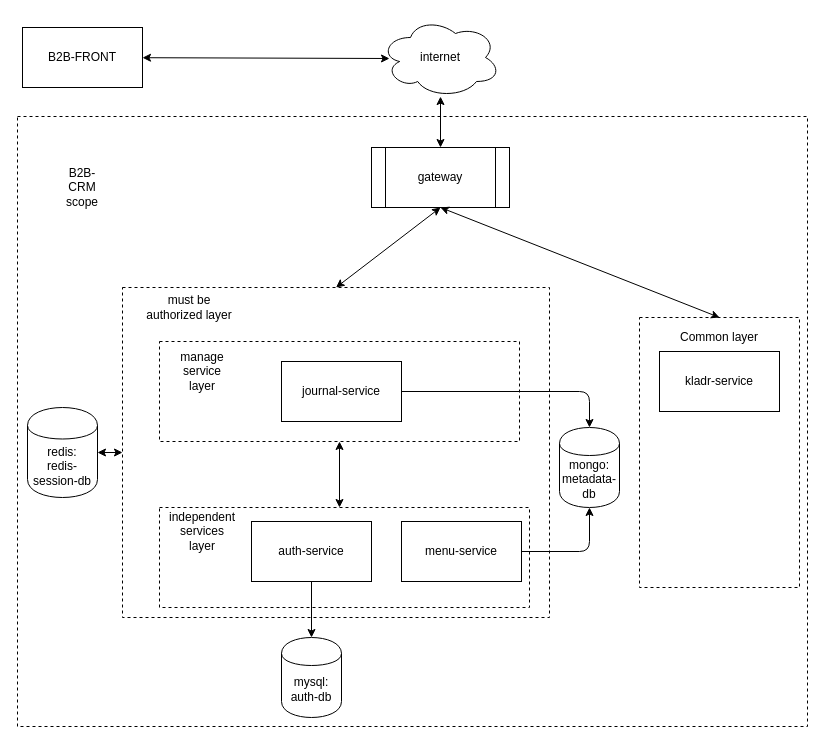
This is microservices-diagram.drawio from greenfield0000/deliveryfood, a draw.io file, before an edit. Source tidied: cells renumbered, new cells numbered last; positions are measured from the earlier drawing's top-left corner, leaving out a move shared by most shapes. Both pictures are drawn from the tidied source at 100%, with x=0, y=0 at pixel (17, 17).
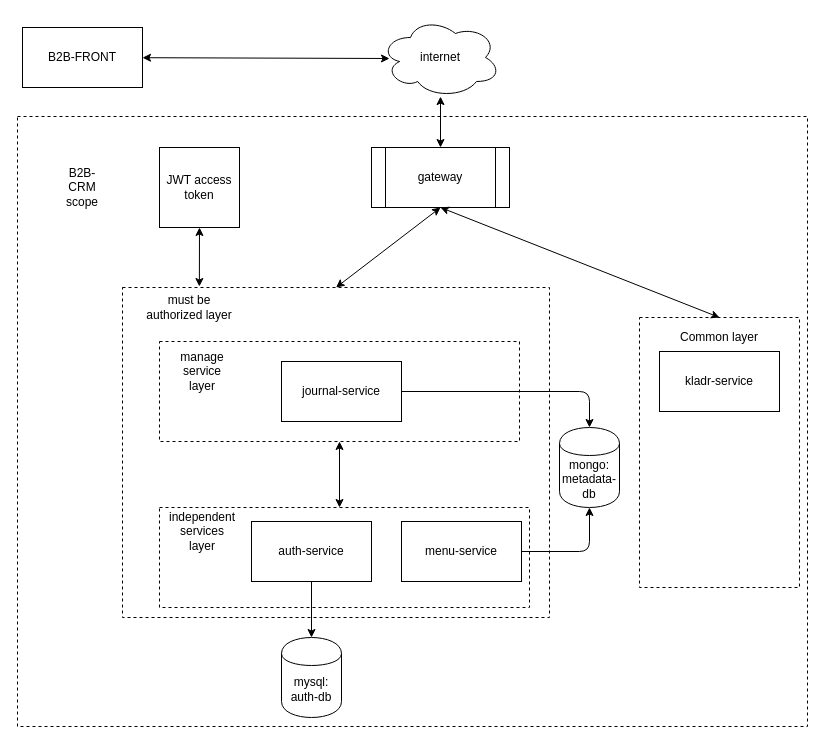
The same diagram, later.

The change refers to these unchanged cells:
```xml
<mxCell id="24" style="rounded=0;whiteSpace=wrap;html=1;dashed=1;fillColor=none;" parent="1" vertex="1">
  <mxGeometry x="105" y="270" width="427" height="330" as="geometry" />
</mxCell>
```

What changed in the source:
```diff
@@
+    <mxCell id="29" style="rounded=0;whiteSpace=wrap;html=1;dashed=1;fillColor=none;" parent="1" vertex="1">
+      <mxGeometry y="99" width="790" height="610" as="geometry" />
+    </mxCell>
@@
-    <mxCell id="5" value="redis:&lt;br&gt;redis-session-db" style="shape=cylinder;whiteSpace=wrap;html=1;boundedLbl=1;backgroundOutline=1;fillColor=none;" parent="1" vertex="1">
-      <mxGeometry x="10" y="390" width="70" height="90" as="geometry" />
-    </mxCell>
@@
-    <mxCell id="26" style="endArrow=classic;startArrow=classic;html=1;exitX=1;exitY=0.5;exitDx=0;exitDy=0;entryX=0;entryY=0.5;entryDx=0;entryDy=0;" parent="1" edge="1" source="5" target="24">
+    <mxCell id="26" style="endArrow=classic;startArrow=classic;html=1;exitX=0.5;exitY=1;exitDx=0;exitDy=0;entryX=0.18;entryY=-0.003;entryDx=0;entryDy=0;entryPerimeter=0;" parent="1" edge="1" source="31" target="24">
       <mxGeometry relative="1" as="geometry" />
     </mxCell>
@@
-    <mxCell id="29" style="rounded=0;whiteSpace=wrap;html=1;dashed=1;fillColor=none;" parent="1" vertex="1">
-      <mxGeometry y="99" width="790" height="610" as="geometry" />
-    </mxCell>
@@
+    <mxCell id="31" value="JWT access token" style="whiteSpace=wrap;html=1;" parent="1" vertex="1">
+      <mxGeometry x="142" y="130" width="80" height="80" as="geometry" />
+    </mxCell>
```
